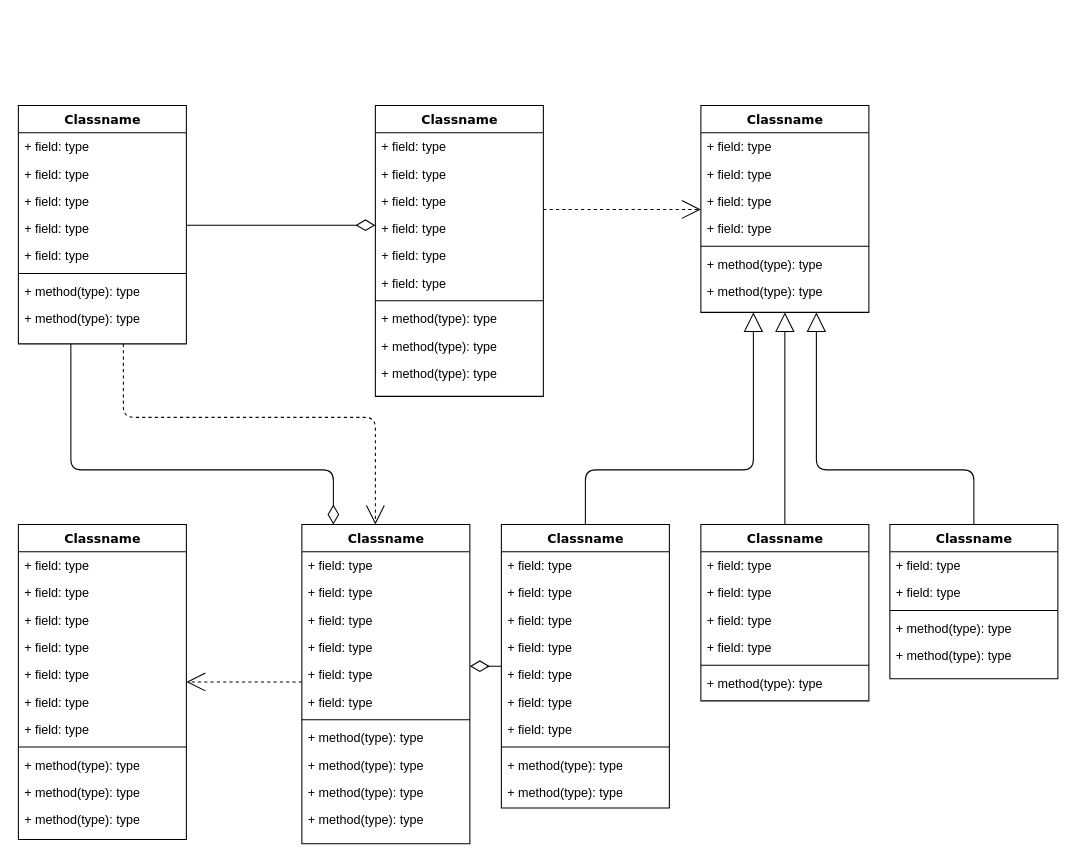
The draw.io diagram Untitled Diagram.drawio in synavate/synapse-datamodels, before the edit. Source tidied: cells renumbered, new cells numbered last; positions are measured from the earlier drawing's top-left corner, leaving out a move shared by most shapes. Both pictures are drawn from the tidied source at 105%, with x=0, y=0 at pixel (18, 105).
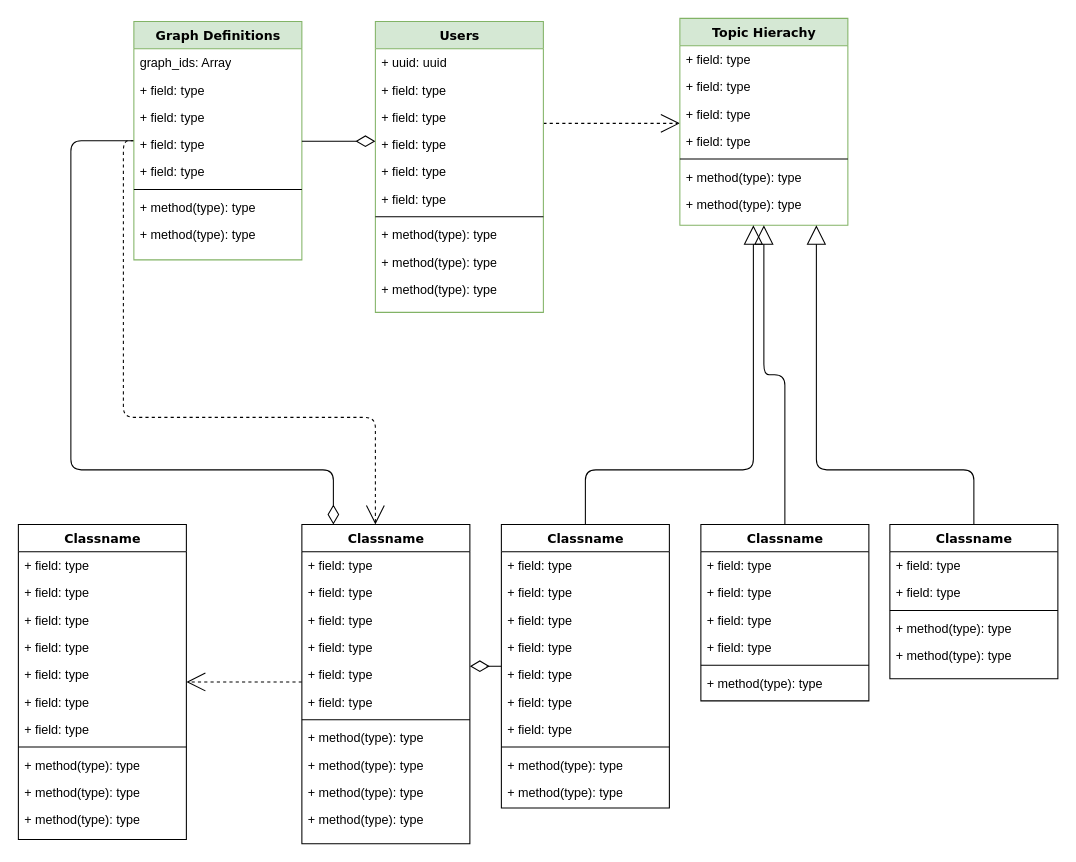
Above is the later version.

Commit message:
Synapse Information Architecture

Diff of the diagram source:
```diff
@@
-    <mxCell id="4" value="Classname" style="swimlane;html=1;fontStyle=1;align=center;verticalAlign=top;horizontal=1;startSize=26;swimlaneFillColor=#ffffff;rounded=0;shadow=0;comic=0;labelBackgroundColor=none;strokeWidth=1;fillColor=none;fontFamily=Verdana;fontSize=12;" parent="1" vertex="1">
-      <mxGeometry width="160" height="227" as="geometry" />
+    <mxCell id="4" value="Graph Definitions" style="swimlane;html=1;fontStyle=1;align=center;verticalAlign=top;horizontal=1;startSize=26;swimlaneFillColor=#ffffff;rounded=0;shadow=0;comic=0;labelBackgroundColor=none;strokeWidth=1;fillColor=#d5e8d4;fontFamily=Verdana;fontSize=12;strokeColor=#82b366;" parent="1" vertex="1">
+      <mxGeometry x="110" y="-80" width="160" height="227" as="geometry" />
     </mxCell>
-    <mxCell id="5" value="+ field: type" style="text;html=1;strokeColor=none;fillColor=none;align=left;verticalAlign=top;spacingLeft=4;spacingRight=4;whiteSpace=wrap;overflow=hidden;" parent="4" vertex="1">
+    <mxCell id="5" value="graph_ids: Array" style="text;html=1;strokeColor=none;fillColor=none;align=left;verticalAlign=top;spacingLeft=4;spacingRight=4;whiteSpace=wrap;overflow=hidden;" parent="4" vertex="1">
       <mxGeometry y="26" width="160" height="26" as="geometry" />
     </mxCell>
@@
-    <mxCell id="14" value="Classname" style="swimlane;html=1;fontStyle=1;align=center;verticalAlign=top;horizontal=1;startSize=26;swimlaneFillColor=#ffffff;rounded=0;shadow=0;comic=0;labelBackgroundColor=none;strokeWidth=1;fillColor=none;fontFamily=Verdana;fontSize=12;" parent="1" vertex="1">
-      <mxGeometry x="340" width="160" height="277" as="geometry" />
+    <mxCell id="14" value="Users" style="swimlane;html=1;fontStyle=1;align=center;verticalAlign=top;horizontal=1;startSize=26;swimlaneFillColor=#ffffff;rounded=0;shadow=0;comic=0;labelBackgroundColor=none;strokeWidth=1;fillColor=#d5e8d4;fontFamily=Verdana;fontSize=12;strokeColor=#82b366;" parent="1" vertex="1">
+      <mxGeometry x="340" y="-80" width="160" height="277" as="geometry" />
     </mxCell>
-    <mxCell id="15" value="+ field: type" style="text;html=1;strokeColor=none;fillColor=none;align=left;verticalAlign=top;spacingLeft=4;spacingRight=4;whiteSpace=wrap;overflow=hidden;" parent="14" vertex="1">
+    <mxCell id="15" value="+ uuid: uuid&lt;br&gt;&lt;br&gt;&lt;br&gt;" style="text;html=1;strokeColor=none;fillColor=none;align=left;verticalAlign=top;spacingLeft=4;spacingRight=4;whiteSpace=wrap;overflow=hidden;" parent="14" vertex="1">
       <mxGeometry y="26" width="160" height="26" as="geometry" />
     </mxCell>
@@
-    <mxCell id="25" value="Classname" style="swimlane;html=1;fontStyle=1;align=center;verticalAlign=top;horizontal=1;startSize=26;swimlaneFillColor=#ffffff;rounded=0;shadow=0;comic=0;labelBackgroundColor=none;strokeWidth=1;fillColor=none;fontFamily=Verdana;fontSize=12;" parent="1" vertex="1">
-      <mxGeometry x="650" width="160" height="197" as="geometry" />
+    <mxCell id="25" value="Topic Hierachy" style="swimlane;html=1;fontStyle=1;align=center;verticalAlign=top;horizontal=1;startSize=26;swimlaneFillColor=#ffffff;rounded=0;shadow=0;comic=0;labelBackgroundColor=none;strokeWidth=1;fillColor=#d5e8d4;fontFamily=Verdana;fontSize=12;strokeColor=#82b366;" parent="1" vertex="1">
+      <mxGeometry x="630" y="-83" width="160" height="197" as="geometry" />
     </mxCell>
```
